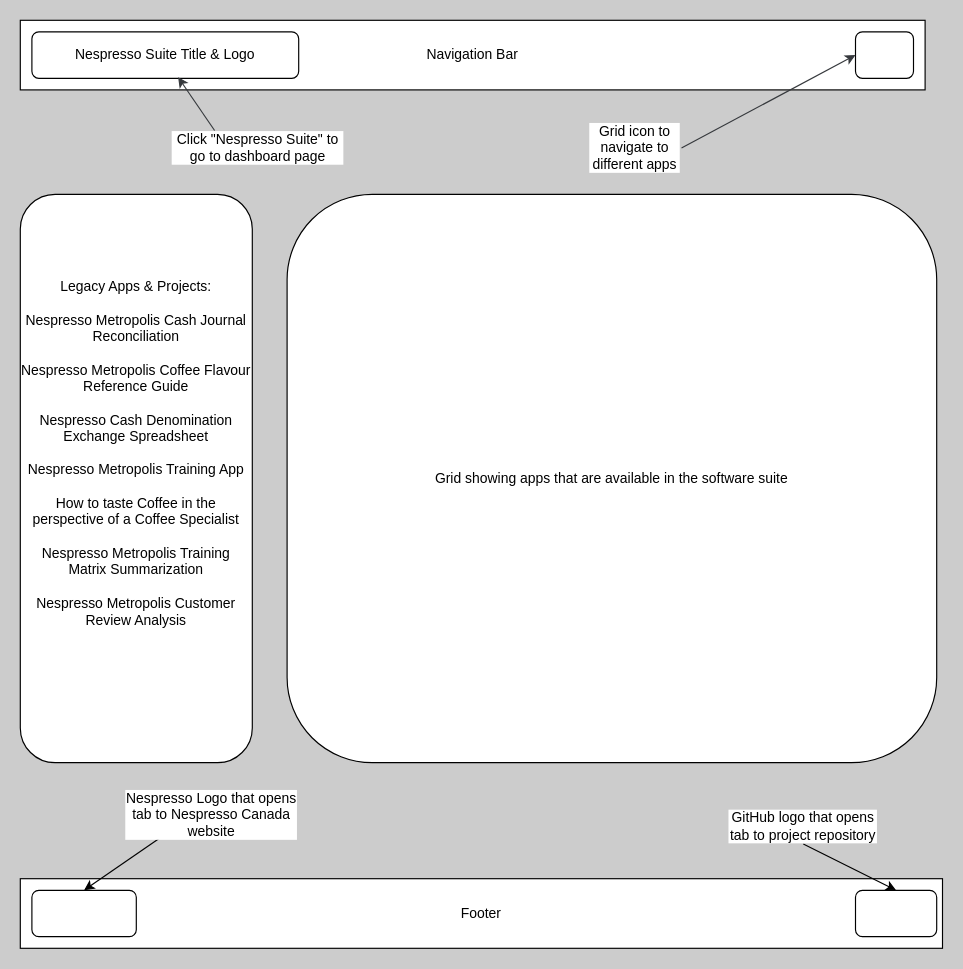
Earlier version of the draw.io diagram README_Images/Dashboard.drawio (kjeshang/nespresso-suite). Source tidied: cells renumbered, new cells numbered last; positions are measured from the earlier drawing's top-left corner, leaving out a move shared by most shapes. Both pictures are drawn from the tidied source at 116%, with x=0, y=0 at pixel (20, 20).
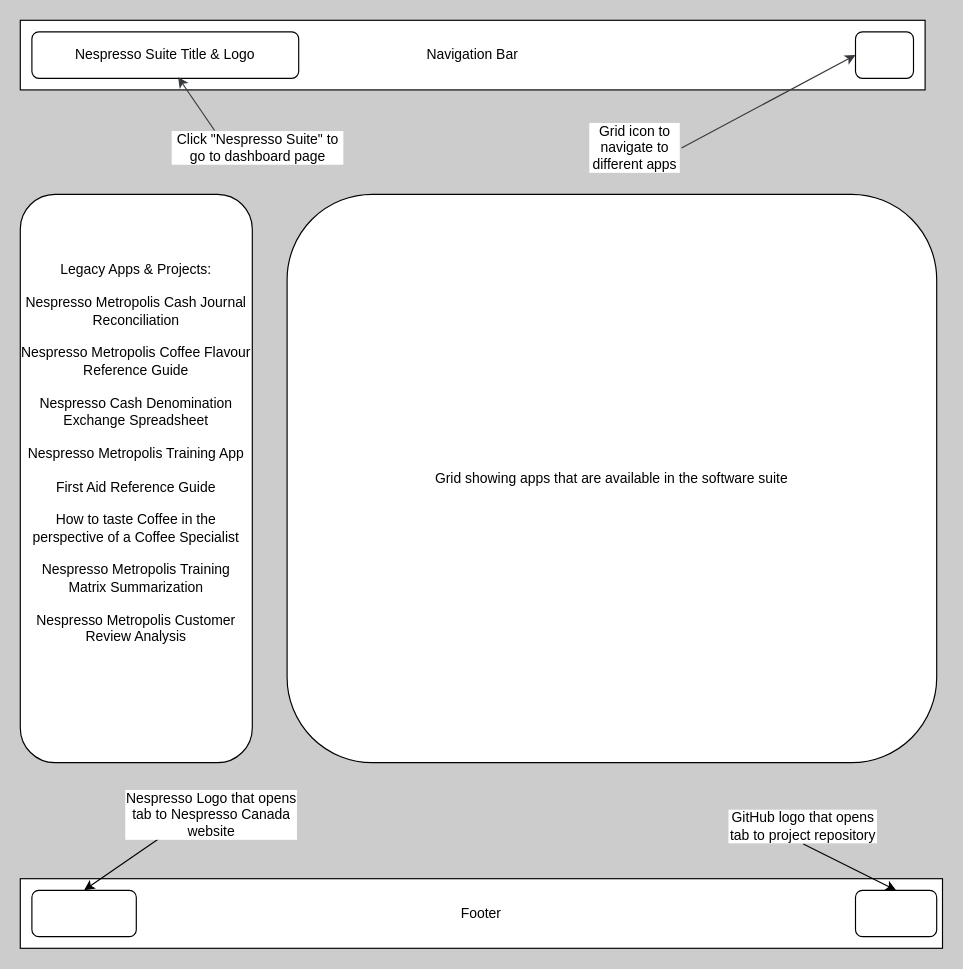
The same diagram, later.

Commit message:
Updated list of legacy apps & projects.

Diff of the diagram source:
```diff
@@
 <mxGraphModel background="#CCCCCC">
   <root>
     <mxCell id="0" />
     <mxCell id="1" parent="0" />
     <mxCell id="2" value="Navigation Bar" style="rounded=0;whiteSpace=wrap;html=1;" parent="1" vertex="1">
       <mxGeometry width="780" height="60" as="geometry" />
     </mxCell>
     <mxCell id="3" value="Footer" style="rounded=0;whiteSpace=wrap;html=1;" parent="1" vertex="1">
       <mxGeometry y="740" width="795" height="60" as="geometry" />
     </mxCell>
     <mxCell id="4" style="rounded=1;whiteSpace=wrap;html=1;" parent="1" vertex="1">
       <mxGeometry x="720" y="10" width="50" height="40" as="geometry" />
     </mxCell>
     <mxCell id="5" value="Nespresso Suite Title &amp;amp; Logo" style="rounded=1;whiteSpace=wrap;html=1;" parent="1" vertex="1">
       <mxGeometry x="10" y="10" width="230" height="40" as="geometry" />
     </mxCell>
     <mxCell id="6" style="edgeStyle=none;html=1;exitX=1;exitY=0.5;exitDx=0;exitDy=0;entryX=0;entryY=0.5;entryDx=0;entryDy=0;labelBorderColor=#FFFFFF;textShadow=1;fillColor=#f9f7ed;strokeColor=#36393d;" parent="1" edge="1" source="7" target="4">
       <mxGeometry relative="1" as="geometry" />
     </mxCell>
     <mxCell id="7" value="Grid icon to navigate to different apps" style="text;html=1;align=center;verticalAlign=middle;whiteSpace=wrap;rounded=0;labelBackgroundColor=#FFFFFF;" parent="1" vertex="1">
       <mxGeometry x="490" y="80" width="80" height="60" as="geometry" />
     </mxCell>
     <mxCell id="8" value="Click &quot;Nespresso Suite&quot; to go to dashboard page" style="text;html=1;align=center;verticalAlign=middle;whiteSpace=wrap;rounded=0;labelBackgroundColor=#FFFFFF;" parent="1" vertex="1">
       <mxGeometry x="130" y="95" width="150" height="30" as="geometry" />
     </mxCell>
     <mxCell id="9" style="edgeStyle=none;html=1;exitX=0.25;exitY=0;exitDx=0;exitDy=0;entryX=0.548;entryY=0.975;entryDx=0;entryDy=0;entryPerimeter=0;labelBorderColor=#FFFFFF;textShadow=1;fillColor=#f9f7ed;strokeColor=#36393d;" parent="1" edge="1" source="8" target="5">
       <mxGeometry relative="1" as="geometry" />
     </mxCell>
-    <mxCell id="10" value="Legacy Apps &amp;amp; Projects:&lt;div&gt;&lt;br&gt;&lt;/div&gt;&lt;div&gt;Nespresso Metropolis Cash Journal Reconciliation&lt;/div&gt;&lt;div&gt;&lt;br&gt;&lt;/div&gt;&lt;div&gt;Nespresso Metropolis Coffee Flavour Reference Guide&lt;/div&gt;&lt;div&gt;&lt;br&gt;&lt;/div&gt;&lt;div&gt;Nespresso Cash Denomination Exchange Spreadsheet&lt;/div&gt;&lt;div&gt;&lt;br&gt;&lt;/div&gt;&lt;div&gt;Nespresso Metropolis Training App&lt;/div&gt;&lt;div&gt;&lt;br&gt;&lt;/div&gt;&lt;div&gt;How to taste Coffee in the perspective of a Coffee Specialist&lt;/div&gt;&lt;div&gt;&lt;br&gt;&lt;/div&gt;&lt;div&gt;Nespresso Metropolis Training Matrix Summarization&lt;/div&gt;&lt;div&gt;&lt;br&gt;&lt;/div&gt;&lt;div&gt;Nespresso Metropolis Customer Review Analysis&lt;/div&gt;&lt;div&gt;&lt;br&gt;&lt;/div&gt;&lt;div&gt;&lt;br&gt;&lt;/div&gt;&lt;div&gt;&lt;br&gt;&lt;/div&gt;" style="rounded=1;whiteSpace=wrap;html=1;" parent="1" vertex="1">
+    <mxCell id="10" value="Legacy Apps &amp;amp; Projects:&lt;div&gt;&lt;br&gt;&lt;/div&gt;&lt;div&gt;Nespresso Metropolis Cash Journal Reconciliation&lt;/div&gt;&lt;div&gt;&lt;br&gt;&lt;/div&gt;&lt;div&gt;Nespresso Metropolis Coffee Flavour Reference Guide&lt;/div&gt;&lt;div&gt;&lt;br&gt;&lt;/div&gt;&lt;div&gt;Nespresso Cash Denomination Exchange Spreadsheet&lt;/div&gt;&lt;div&gt;&lt;br&gt;&lt;/div&gt;&lt;div&gt;Nespresso Metropolis Training App&lt;/div&gt;&lt;div&gt;&lt;br&gt;&lt;/div&gt;&lt;div&gt;First Aid Reference Guide&lt;/div&gt;&lt;div&gt;&lt;br&gt;&lt;/div&gt;&lt;div&gt;How to taste Coffee in the perspective of a Coffee Specialist&lt;/div&gt;&lt;div&gt;&lt;br&gt;&lt;/div&gt;&lt;div&gt;Nespresso Metropolis Training Matrix Summarization&lt;/div&gt;&lt;div&gt;&lt;br&gt;&lt;/div&gt;&lt;div&gt;Nespresso Metropolis Customer Review Analysis&lt;/div&gt;&lt;div&gt;&lt;br&gt;&lt;/div&gt;&lt;div&gt;&lt;br&gt;&lt;/div&gt;&lt;div&gt;&lt;br&gt;&lt;/div&gt;" style="rounded=1;whiteSpace=wrap;html=1;" parent="1" vertex="1">
       <mxGeometry y="150" width="200" height="490" as="geometry" />
     </mxCell>
     <mxCell id="11" value="Grid showing apps that are available in the software suite" style="rounded=1;whiteSpace=wrap;html=1;" parent="1" vertex="1">
       <mxGeometry x="230" y="150" width="560" height="490" as="geometry" />
     </mxCell>
     <mxCell id="12" style="rounded=1;whiteSpace=wrap;html=1;" parent="1" vertex="1">
       <mxGeometry x="10" y="750" width="90" height="40" as="geometry" />
     </mxCell>
     <mxCell id="13" style="rounded=1;whiteSpace=wrap;html=1;" parent="1" vertex="1">
       <mxGeometry x="720" y="750" width="70" height="40" as="geometry" />
     </mxCell>
     <mxCell id="14" style="edgeStyle=none;html=1;exitX=0.25;exitY=1;exitDx=0;exitDy=0;entryX=0.5;entryY=0;entryDx=0;entryDy=0;" parent="1" edge="1" source="15" target="12">
       <mxGeometry relative="1" as="geometry" />
     </mxCell>
     <mxCell id="15" value="Nespresso Logo that opens tab to Nespresso Canada website" style="text;html=1;align=center;verticalAlign=middle;whiteSpace=wrap;rounded=0;labelBackgroundColor=#FFFFFF;" parent="1" vertex="1">
       <mxGeometry x="90" y="670" width="150" height="30" as="geometry" />
     </mxCell>
     <mxCell id="16" style="edgeStyle=none;html=1;exitX=0.5;exitY=1;exitDx=0;exitDy=0;entryX=0.5;entryY=0;entryDx=0;entryDy=0;" parent="1" edge="1" source="17" target="13">
       <mxGeometry relative="1" as="geometry" />
     </mxCell>
     <mxCell id="17" value="GitHub logo that opens tab to project repository" style="text;html=1;align=center;verticalAlign=middle;whiteSpace=wrap;rounded=0;labelBackgroundColor=#FFFFFF;" parent="1" vertex="1">
       <mxGeometry x="610" y="680" width="130" height="30" as="geometry" />
     </mxCell>
   </root>
 </mxGraphModel>
```
